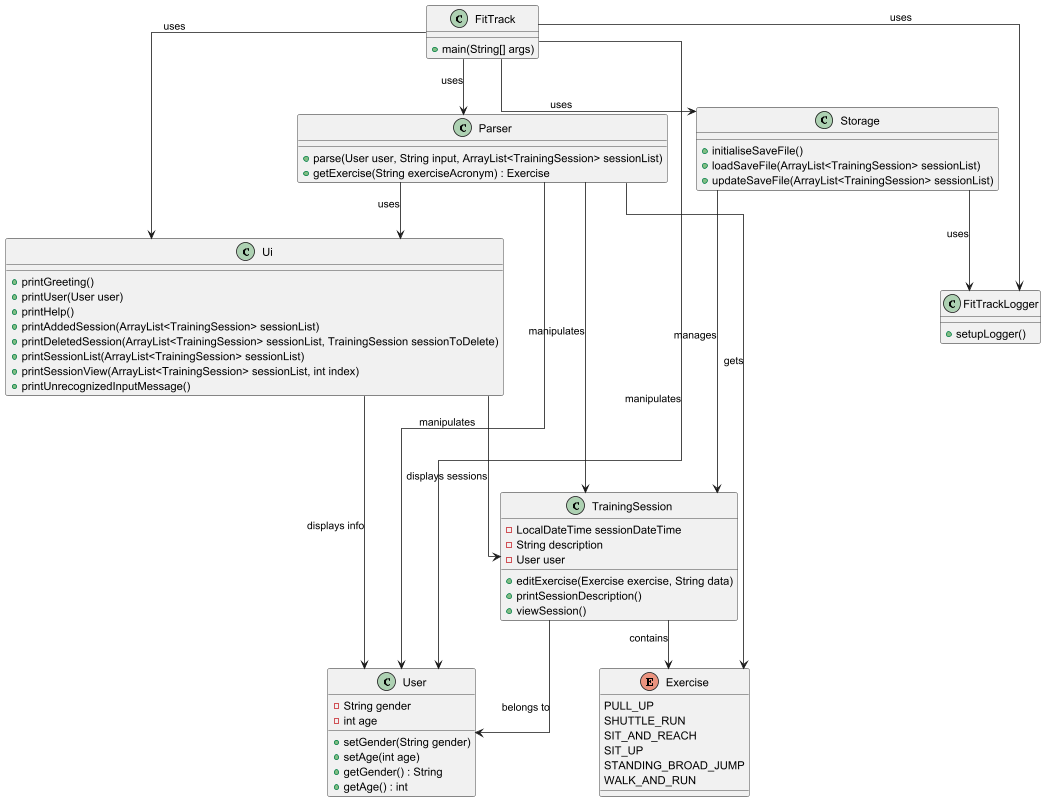
Before: docs/HighLevel.png, a diagram exported from PlantUML (nus-cs2113-AY2425S1/tp).
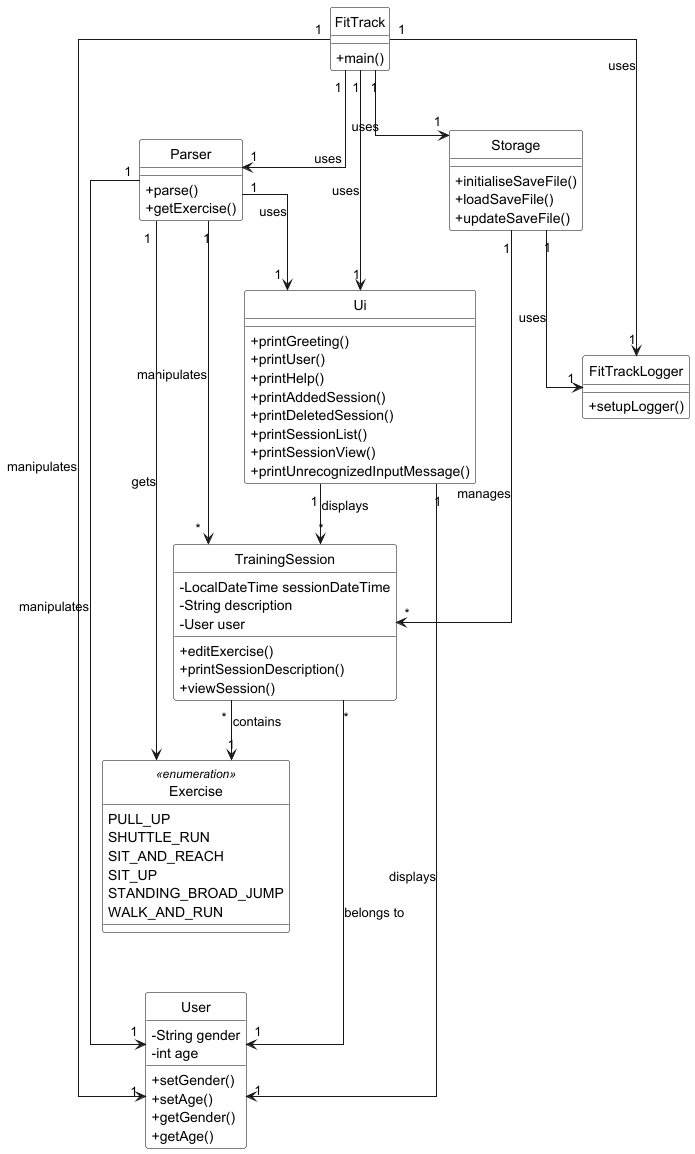
After the change.

Commit message:
Docs: Update DG for High Level Functionalities

Diff of the diagram source:
```diff
@@ -1,37 +1,41 @@
 @startuml
 skinparam linetype ortho
+hide circle
+skinparam classAttributeIconSize 0
+skinparam classBackgroundColor White
+skinparam classBorderColor Black
 
 class FitTrack {
-    +main(String[] args)
+    +main()
 }
 
 class Parser {
-    +parse(User user, String input, ArrayList<TrainingSession> sessionList)
-    +getExercise(String exerciseAcronym) : Exercise
+    +parse()
+    +getExercise()
 }
 
 class Ui {
     +printGreeting()
-    +printUser(User user)
+    +printUser()
     +printHelp()
-    +printAddedSession(ArrayList<TrainingSession> sessionList)
-    +printDeletedSession(ArrayList<TrainingSession> sessionList, TrainingSession sessionToDelete)
-    +printSessionList(ArrayList<TrainingSession> sessionList)
-    +printSessionView(ArrayList<TrainingSession> sessionList, int index)
+    +printAddedSession()
+    +printDeletedSession()
+    +printSessionList()
+    +printSessionView()
     +printUnrecognizedInputMessage()
 }
 
 class Storage {
     +initialiseSaveFile()
-    +loadSaveFile(ArrayList<TrainingSession> sessionList)
-    +updateSaveFile(ArrayList<TrainingSession> sessionList)
+    +loadSaveFile()
+    +updateSaveFile()
 }
 
 class TrainingSession {
     -LocalDateTime sessionDateTime
     -String description
     -User user
-    +editExercise(Exercise exercise, String data)
+    +editExercise()
     +printSessionDescription()
     +viewSession()
 }
@@ -39,13 +43,13 @@
 class User {
     -String gender
     -int age
-    +setGender(String gender)
-    +setAge(int age)
-    +getGender() : String
-    +getAge() : int
+    +setGender()
+    +setAge()
+    +getGender()
+    +getAge()
 }
 
-enum Exercise {
+enum Exercise <<enumeration>> {
     PULL_UP
     SHUTTLE_RUN
     SIT_AND_REACH
@@ -58,24 +62,24 @@
     +setupLogger()
 }
 
-FitTrack --> Parser : uses
-FitTrack --> Ui : uses
-FitTrack --> Storage : uses
-FitTrack --> User : manipulates
-FitTrack --> FitTrackLogger : uses
+FitTrack "1" --> "1" Parser : uses
+FitTrack "1" --> "1" Ui : uses
+FitTrack "1" --> "1" Storage : uses
+FitTrack "1" --> "1" User : manipulates
+FitTrack "1" --> "1" FitTrackLogger : uses
 
-Parser --> TrainingSession : manipulates
-Parser --> Exercise : gets
-Parser --> User : manipulates
-Parser --> Ui : uses
+Parser "1" --> "*" TrainingSession : manipulates
+Parser "1" --> Exercise : gets
+Parser "1" --> "1" User : manipulates
+Parser "1" --> "1" Ui : uses
 
-Ui -> User : displays info
-Ui ---> TrainingSession : displays sessions
+Ui "1" -> "1" User : displays
+Ui "1" --> "*" TrainingSession : displays
 
-Storage --> TrainingSession : manages
-Storage --> FitTrackLogger : uses
+Storage "1" --> "*" TrainingSession : manages
+Storage "1" --> "1" FitTrackLogger : uses
 
-TrainingSession --> User : belongs to
-TrainingSession --> Exercise : contains
+TrainingSession "*" ---> "1" User : belongs to
+TrainingSession "*" --> "1" Exercise : contains
 
 @enduml
```
